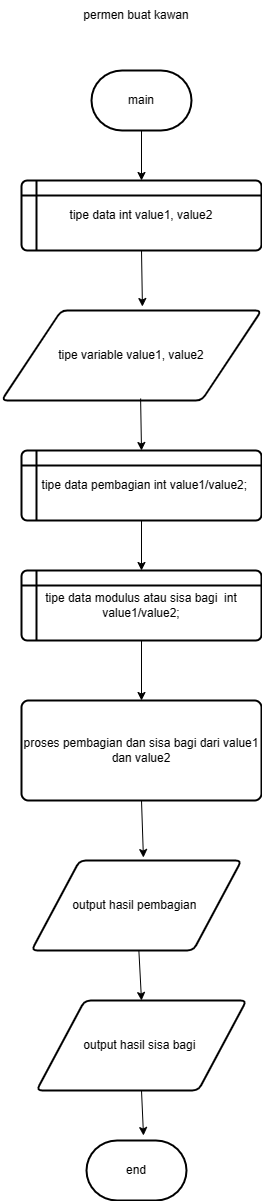
This is 02 Pemasukan dan keluaran/cahyanayla_flowchart_6.drawio.png from Cahyandprt22/DDP-MI-23, a draw.io export, as it was before one commit. Source tidied: cells renumbered, new cells last; positions are measured from the earlier drawing's top-left corner, leaving out a move shared by most shapes. Source of this version:
```xml
<mxGraphModel>
  <root>
    <mxCell id="0" />
    <mxCell id="1" parent="0" />
    <mxCell id="2" value="permen buat kawan" style="text;html=1;strokeColor=none;fillColor=none;align=center;verticalAlign=middle;whiteSpace=wrap;rounded=0;" parent="1" vertex="1">
      <mxGeometry x="80" width="110" height="30" as="geometry" />
    </mxCell>
    <mxCell id="3" value="main" style="strokeWidth=2;html=1;shape=mxgraph.flowchart.terminator;whiteSpace=wrap;" parent="1" vertex="1">
      <mxGeometry x="90" y="70" width="100" height="60" as="geometry" />
    </mxCell>
    <mxCell id="4" value="tipe data int value1, value2" style="shape=internalStorage;whiteSpace=wrap;html=1;dx=15;dy=15;rounded=1;arcSize=8;strokeWidth=2;" parent="1" vertex="1">
      <mxGeometry x="20" y="180" width="240" height="70" as="geometry" />
    </mxCell>
    <mxCell id="5" value="tipe variable value1, value2" style="shape=parallelogram;html=1;strokeWidth=2;perimeter=parallelogramPerimeter;whiteSpace=wrap;rounded=1;arcSize=12;size=0.23;" parent="1" vertex="1">
      <mxGeometry y="310" width="260" height="90" as="geometry" />
    </mxCell>
    <mxCell id="6" value="&amp;nbsp; tipe data pembagian int value1/value2;" style="shape=internalStorage;whiteSpace=wrap;html=1;dx=15;dy=15;rounded=1;arcSize=8;strokeWidth=2;" parent="1" vertex="1">
      <mxGeometry x="20" y="450" width="240" height="70" as="geometry" />
    </mxCell>
    <mxCell id="7" value="proses pembagian dan sisa bagi dari value1 dan value2" style="rounded=1;whiteSpace=wrap;html=1;absoluteArcSize=1;arcSize=14;strokeWidth=2;" parent="1" vertex="1">
      <mxGeometry x="20" y="700" width="240" height="100" as="geometry" />
    </mxCell>
    <mxCell id="8" value="tipe data modulus atau sisa bagi&amp;nbsp; int value1/value2;" style="shape=internalStorage;whiteSpace=wrap;html=1;dx=15;dy=15;rounded=1;arcSize=8;strokeWidth=2;" parent="1" vertex="1">
      <mxGeometry x="20" y="570" width="240" height="70" as="geometry" />
    </mxCell>
    <mxCell id="9" value="output hasil pembagian&amp;nbsp;" style="shape=parallelogram;html=1;strokeWidth=2;perimeter=parallelogramPerimeter;whiteSpace=wrap;rounded=1;arcSize=12;size=0.23;" parent="1" vertex="1">
      <mxGeometry x="30" y="860" width="210" height="90" as="geometry" />
    </mxCell>
    <mxCell id="10" value="output hasil sisa bagi&amp;nbsp;" style="shape=parallelogram;html=1;strokeWidth=2;perimeter=parallelogramPerimeter;whiteSpace=wrap;rounded=1;arcSize=12;size=0.23;" parent="1" vertex="1">
      <mxGeometry x="35" y="1000" width="210" height="90" as="geometry" />
    </mxCell>
    <mxCell id="11" value="end" style="strokeWidth=2;html=1;shape=mxgraph.flowchart.terminator;whiteSpace=wrap;" parent="1" vertex="1">
      <mxGeometry x="85" y="1140" width="100" height="60" as="geometry" />
    </mxCell>
    <mxCell id="12" style="endArrow=classic;html=1;rounded=0;exitX=0.5;exitY=1;exitDx=0;exitDy=0;exitPerimeter=0;entryX=0.5;entryY=0;entryDx=0;entryDy=0;" parent="1" edge="1" source="3" target="4">
      <mxGeometry relative="1" as="geometry" />
    </mxCell>
    <mxCell id="13" style="endArrow=classic;html=1;rounded=0;exitX=0.5;exitY=1;exitDx=0;exitDy=0;entryX=0.542;entryY=-0.044;entryDx=0;entryDy=0;entryPerimeter=0;" parent="1" edge="1" source="4" target="5">
      <mxGeometry relative="1" as="geometry" />
    </mxCell>
    <mxCell id="14" style="endArrow=classic;html=1;rounded=0;exitX=0.535;exitY=0.978;exitDx=0;exitDy=0;exitPerimeter=0;entryX=0.5;entryY=0;entryDx=0;entryDy=0;" parent="1" edge="1" source="5" target="6">
      <mxGeometry relative="1" as="geometry" />
    </mxCell>
    <mxCell id="15" style="endArrow=classic;html=1;rounded=0;exitX=0.5;exitY=1;exitDx=0;exitDy=0;entryX=0.5;entryY=0;entryDx=0;entryDy=0;" parent="1" edge="1" source="6" target="8">
      <mxGeometry relative="1" as="geometry" />
    </mxCell>
    <mxCell id="16" style="endArrow=classic;html=1;rounded=0;exitX=0.5;exitY=1;exitDx=0;exitDy=0;entryX=0.5;entryY=0;entryDx=0;entryDy=0;" parent="1" edge="1" source="8" target="7">
      <mxGeometry relative="1" as="geometry" />
    </mxCell>
    <mxCell id="17" style="endArrow=classic;html=1;rounded=0;exitX=0.5;exitY=1;exitDx=0;exitDy=0;entryX=0.533;entryY=-0.033;entryDx=0;entryDy=0;entryPerimeter=0;" parent="1" edge="1" source="7" target="9">
      <mxGeometry relative="1" as="geometry" />
    </mxCell>
    <mxCell id="18" style="endArrow=classic;html=1;rounded=0;entryX=0.5;entryY=0;entryDx=0;entryDy=0;" parent="1" edge="1" source="9" target="10">
      <mxGeometry relative="1" as="geometry" />
    </mxCell>
    <mxCell id="19" style="endArrow=classic;html=1;rounded=0;entryX=0.57;entryY=-0.083;entryDx=0;entryDy=0;entryPerimeter=0;exitX=0.5;exitY=1;exitDx=0;exitDy=0;" parent="1" edge="1" source="10" target="11">
      <mxGeometry relative="1" as="geometry" />
    </mxCell>
  </root>
</mxGraphModel>
```
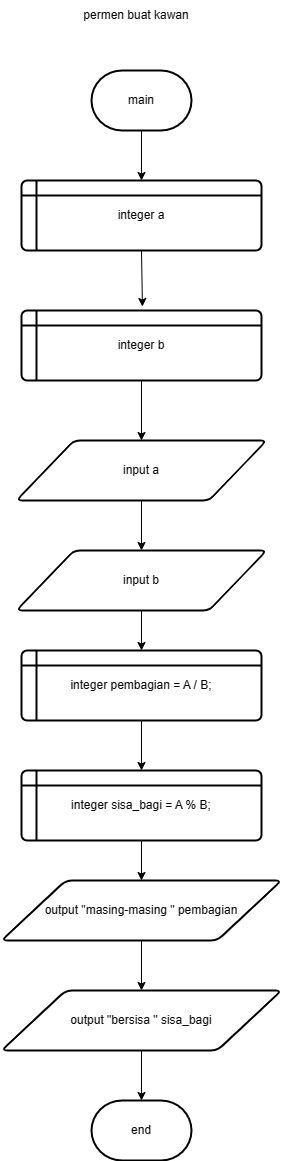
Later version of the same file.

What changed in the source:
```diff
@@ -8,53 +8,61 @@
     <mxCell id="3" value="main" style="strokeWidth=2;html=1;shape=mxgraph.flowchart.terminator;whiteSpace=wrap;" parent="1" vertex="1">
       <mxGeometry x="90" y="70" width="100" height="60" as="geometry" />
     </mxCell>
-    <mxCell id="4" value="tipe data int value1, value2" style="shape=internalStorage;whiteSpace=wrap;html=1;dx=15;dy=15;rounded=1;arcSize=8;strokeWidth=2;" parent="1" vertex="1">
+    <mxCell id="4" value="integer a" style="shape=internalStorage;whiteSpace=wrap;html=1;dx=15;dy=15;rounded=1;arcSize=8;strokeWidth=2;" parent="1" vertex="1">
       <mxGeometry x="20" y="180" width="240" height="70" as="geometry" />
     </mxCell>
-    <mxCell id="5" value="tipe variable value1, value2" style="shape=parallelogram;html=1;strokeWidth=2;perimeter=parallelogramPerimeter;whiteSpace=wrap;rounded=1;arcSize=12;size=0.23;" parent="1" vertex="1">
-      <mxGeometry y="310" width="260" height="90" as="geometry" />
-    </mxCell>
-    <mxCell id="6" value="&amp;nbsp; tipe data pembagian int value1/value2;" style="shape=internalStorage;whiteSpace=wrap;html=1;dx=15;dy=15;rounded=1;arcSize=8;strokeWidth=2;" parent="1" vertex="1">
-      <mxGeometry x="20" y="450" width="240" height="70" as="geometry" />
-    </mxCell>
-    <mxCell id="7" value="proses pembagian dan sisa bagi dari value1 dan value2" style="rounded=1;whiteSpace=wrap;html=1;absoluteArcSize=1;arcSize=14;strokeWidth=2;" parent="1" vertex="1">
-      <mxGeometry x="20" y="700" width="240" height="100" as="geometry" />
-    </mxCell>
-    <mxCell id="8" value="tipe data modulus atau sisa bagi&amp;nbsp; int value1/value2;" style="shape=internalStorage;whiteSpace=wrap;html=1;dx=15;dy=15;rounded=1;arcSize=8;strokeWidth=2;" parent="1" vertex="1">
-      <mxGeometry x="20" y="570" width="240" height="70" as="geometry" />
-    </mxCell>
-    <mxCell id="9" value="output hasil pembagian&amp;nbsp;" style="shape=parallelogram;html=1;strokeWidth=2;perimeter=parallelogramPerimeter;whiteSpace=wrap;rounded=1;arcSize=12;size=0.23;" parent="1" vertex="1">
-      <mxGeometry x="30" y="860" width="210" height="90" as="geometry" />
-    </mxCell>
-    <mxCell id="10" value="output hasil sisa bagi&amp;nbsp;" style="shape=parallelogram;html=1;strokeWidth=2;perimeter=parallelogramPerimeter;whiteSpace=wrap;rounded=1;arcSize=12;size=0.23;" parent="1" vertex="1">
-      <mxGeometry x="35" y="1000" width="210" height="90" as="geometry" />
-    </mxCell>
-    <mxCell id="11" value="end" style="strokeWidth=2;html=1;shape=mxgraph.flowchart.terminator;whiteSpace=wrap;" parent="1" vertex="1">
-      <mxGeometry x="85" y="1140" width="100" height="60" as="geometry" />
-    </mxCell>
     <mxCell id="12" style="endArrow=classic;html=1;rounded=0;exitX=0.5;exitY=1;exitDx=0;exitDy=0;exitPerimeter=0;entryX=0.5;entryY=0;entryDx=0;entryDy=0;" parent="1" edge="1" source="3" target="4">
       <mxGeometry relative="1" as="geometry" />
     </mxCell>
-    <mxCell id="13" style="endArrow=classic;html=1;rounded=0;exitX=0.5;exitY=1;exitDx=0;exitDy=0;entryX=0.542;entryY=-0.044;entryDx=0;entryDy=0;entryPerimeter=0;" parent="1" edge="1" source="4" target="5">
-      <mxGeometry relative="1" as="geometry" />
+    <mxCell id="13" style="endArrow=classic;html=1;rounded=0;exitX=0.5;exitY=1;exitDx=0;exitDy=0;entryX=0.542;entryY=-0.044;entryDx=0;entryDy=0;entryPerimeter=0;" parent="1" edge="1" source="4">
+      <mxGeometry relative="1" as="geometry">
+        <mxPoint x="140.9" y="306" as="targetPoint" />
+      </mxGeometry>
     </mxCell>
-    <mxCell id="14" style="endArrow=classic;html=1;rounded=0;exitX=0.535;exitY=0.978;exitDx=0;exitDy=0;exitPerimeter=0;entryX=0.5;entryY=0;entryDx=0;entryDy=0;" parent="1" edge="1" source="5" target="6">
-      <mxGeometry relative="1" as="geometry" />
-    </mxCell>
-    <mxCell id="15" style="endArrow=classic;html=1;rounded=0;exitX=0.5;exitY=1;exitDx=0;exitDy=0;entryX=0.5;entryY=0;entryDx=0;entryDy=0;" parent="1" edge="1" source="6" target="8">
-      <mxGeometry relative="1" as="geometry" />
-    </mxCell>
-    <mxCell id="16" style="endArrow=classic;html=1;rounded=0;exitX=0.5;exitY=1;exitDx=0;exitDy=0;entryX=0.5;entryY=0;entryDx=0;entryDy=0;" parent="1" edge="1" source="8" target="7">
-      <mxGeometry relative="1" as="geometry" />
-    </mxCell>
-    <mxCell id="17" style="endArrow=classic;html=1;rounded=0;exitX=0.5;exitY=1;exitDx=0;exitDy=0;entryX=0.533;entryY=-0.033;entryDx=0;entryDy=0;entryPerimeter=0;" parent="1" edge="1" source="7" target="9">
-      <mxGeometry relative="1" as="geometry" />
-    </mxCell>
-    <mxCell id="18" style="endArrow=classic;html=1;rounded=0;entryX=0.5;entryY=0;entryDx=0;entryDy=0;" parent="1" edge="1" source="9" target="10">
-      <mxGeometry relative="1" as="geometry" />
-    </mxCell>
-    <mxCell id="19" style="endArrow=classic;html=1;rounded=0;entryX=0.57;entryY=-0.083;entryDx=0;entryDy=0;entryPerimeter=0;exitX=0.5;exitY=1;exitDx=0;exitDy=0;" parent="1" edge="1" source="10" target="11">
-      <mxGeometry relative="1" as="geometry" />
-    </mxCell>
+    <mxCell id="20" style="edgeStyle=orthogonalEdgeStyle;rounded=0;jettySize=auto;html=1;" parent="1" edge="1" source="21" target="23">
+      <mxGeometry relative="1" as="geometry" />
+    </mxCell>
+    <mxCell id="21" value="integer b" style="shape=internalStorage;whiteSpace=wrap;html=1;dx=15;dy=15;rounded=1;arcSize=8;strokeWidth=2;" parent="1" vertex="1">
+      <mxGeometry x="20" y="310" width="240" height="70" as="geometry" />
+    </mxCell>
+    <mxCell id="22" style="edgeStyle=orthogonalEdgeStyle;rounded=0;jettySize=auto;html=1;" parent="1" edge="1" source="23" target="25">
+      <mxGeometry relative="1" as="geometry" />
+    </mxCell>
+    <mxCell id="23" value="input a" style="shape=parallelogram;html=1;strokeWidth=2;perimeter=parallelogramPerimeter;whiteSpace=wrap;rounded=1;arcSize=12;size=0.23;" parent="1" vertex="1">
+      <mxGeometry x="15" y="440" width="250" height="60" as="geometry" />
+    </mxCell>
+    <mxCell id="24" style="edgeStyle=orthogonalEdgeStyle;rounded=0;jettySize=auto;html=1;" parent="1" edge="1" source="25" target="27">
+      <mxGeometry relative="1" as="geometry" />
+    </mxCell>
+    <mxCell id="25" value="input b" style="shape=parallelogram;html=1;strokeWidth=2;perimeter=parallelogramPerimeter;whiteSpace=wrap;rounded=1;arcSize=12;size=0.23;" parent="1" vertex="1">
+      <mxGeometry x="15" y="550" width="250" height="60" as="geometry" />
+    </mxCell>
+    <mxCell id="26" style="edgeStyle=orthogonalEdgeStyle;rounded=0;jettySize=auto;html=1;" parent="1" edge="1" source="27" target="29">
+      <mxGeometry relative="1" as="geometry" />
+    </mxCell>
+    <mxCell id="27" value="integer pembagian = A / B;" style="shape=internalStorage;whiteSpace=wrap;html=1;dx=15;dy=15;rounded=1;arcSize=8;strokeWidth=2;" parent="1" vertex="1">
+      <mxGeometry x="20" y="650" width="240" height="70" as="geometry" />
+    </mxCell>
+    <mxCell id="28" style="edgeStyle=orthogonalEdgeStyle;rounded=0;jettySize=auto;html=1;" parent="1" edge="1" source="29" target="31">
+      <mxGeometry relative="1" as="geometry" />
+    </mxCell>
+    <mxCell id="29" value="integer sisa_bagi = A % B;" style="shape=internalStorage;whiteSpace=wrap;html=1;dx=15;dy=15;rounded=1;arcSize=8;strokeWidth=2;" parent="1" vertex="1">
+      <mxGeometry x="20" y="770" width="240" height="70" as="geometry" />
+    </mxCell>
+    <mxCell id="30" style="edgeStyle=orthogonalEdgeStyle;rounded=0;jettySize=auto;html=1;" parent="1" edge="1" source="31" target="33">
+      <mxGeometry relative="1" as="geometry" />
+    </mxCell>
+    <mxCell id="31" value="output &quot;masing-masing &quot; pembagian" style="shape=parallelogram;html=1;strokeWidth=2;perimeter=parallelogramPerimeter;whiteSpace=wrap;rounded=1;arcSize=12;size=0.23;" parent="1" vertex="1">
+      <mxGeometry y="880" width="280" height="60" as="geometry" />
+    </mxCell>
+    <mxCell id="32" style="edgeStyle=orthogonalEdgeStyle;rounded=0;jettySize=auto;html=1;" parent="1" edge="1" source="33" target="11">
+      <mxGeometry relative="1" as="geometry" />
+    </mxCell>
+    <mxCell id="33" value="output &quot;bersisa &quot; sisa_bagi" style="shape=parallelogram;html=1;strokeWidth=2;perimeter=parallelogramPerimeter;whiteSpace=wrap;rounded=1;arcSize=12;size=0.23;" parent="1" vertex="1">
+      <mxGeometry y="990" width="280" height="60" as="geometry" />
+    </mxCell>
+    <mxCell id="11" value="end" style="strokeWidth=2;html=1;shape=mxgraph.flowchart.terminator;whiteSpace=wrap;" parent="1" vertex="1">
+      <mxGeometry x="90" y="1100" width="100" height="60" as="geometry" />
+    </mxCell>
   </root>
 </mxGraphModel>
```
